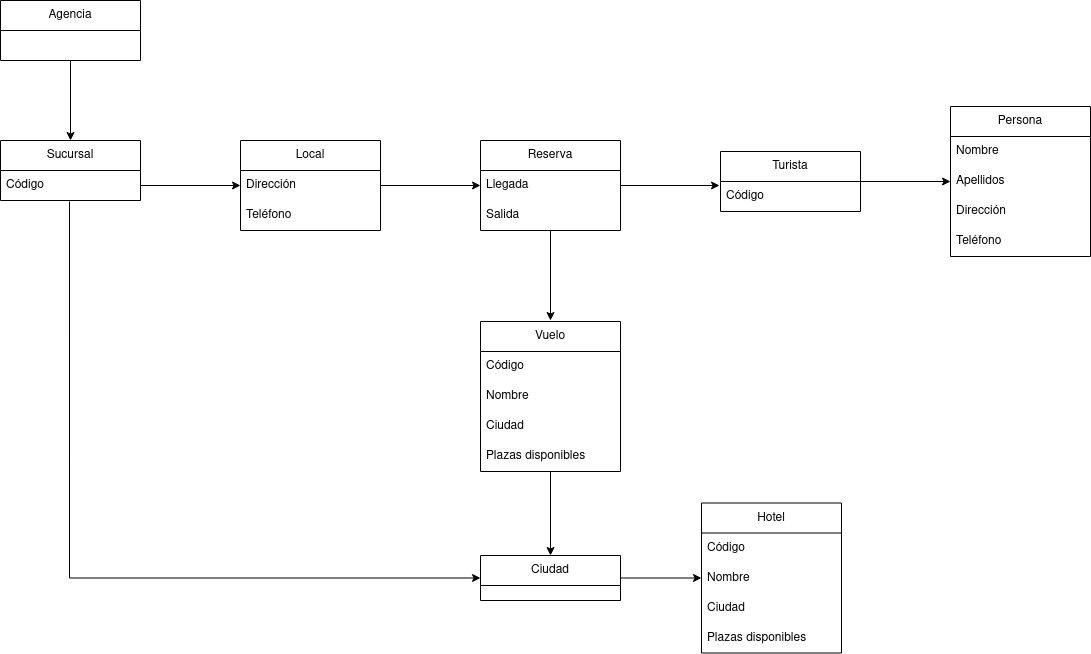
Before: Tema 5. Diagramas de clase/Tarea 2. Agencia viajes/img/AgenciaViajes.drawio.png, a diagram exported from draw.io (colidom/ets). Source tidied: cells renumbered, new cells last; positions are measured from the earlier drawing's top-left corner, leaving out a move shared by most shapes.
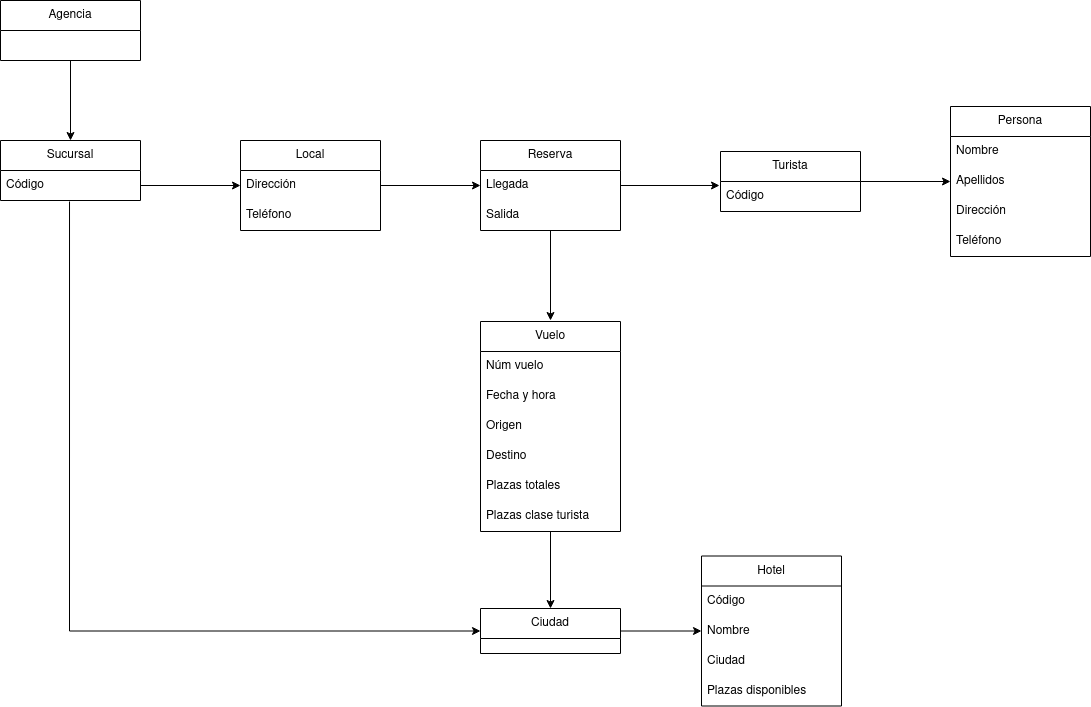
After the change.

The edit, as a diff of the source:
```diff
@@ -59,7 +59,7 @@
       <mxGeometry width="140" height="60" as="geometry" />
     </mxCell>
     <mxCell id="20" value="Hotel" style="swimlane;fontStyle=0;horizontal=1;startSize=30;whiteSpace=wrap;html=1;" parent="1" vertex="1">
-      <mxGeometry x="701" y="502.5" width="140" height="150" as="geometry" />
+      <mxGeometry x="701" y="555.5" width="140" height="150" as="geometry" />
     </mxCell>
     <mxCell id="21" value="Código" style="text;strokeColor=none;fillColor=none;align=left;verticalAlign=middle;spacingLeft=4;spacingRight=4;overflow=hidden;whiteSpace=wrap;html=1;" parent="20" vertex="1">
       <mxGeometry y="30" width="140" height="30" as="geometry" />
@@ -90,29 +90,35 @@
     <mxCell id="29" style="edgeStyle=orthogonalEdgeStyle;rounded=0;jettySize=auto;html=1;entryX=1;entryY=0.5;entryDx=0;entryDy=0;endArrow=none;endFill=0;startArrow=classic;startFill=1;exitX=-0.007;exitY=0.133;exitDx=0;exitDy=0;exitPerimeter=0;" parent="1" edge="1" source="11" target="27">
       <mxGeometry relative="1" as="geometry" />
     </mxCell>
-    <mxCell id="30" style="edgeStyle=orthogonalEdgeStyle;rounded=0;jettySize=auto;html=1;startArrow=none;startFill=0;endArrow=classic;endFill=1;entryX=0.5;entryY=0;entryDx=0;entryDy=0;" parent="1" edge="1" source="31" target="37">
+    <mxCell id="30" style="edgeStyle=orthogonalEdgeStyle;rounded=0;jettySize=auto;html=1;startArrow=none;startFill=0;endArrow=classic;endFill=1;entryX=0.5;entryY=0;entryDx=0;entryDy=0;exitX=0.5;exitY=1;exitDx=0;exitDy=0;" parent="1" edge="1" source="31" target="37">
       <mxGeometry relative="1" as="geometry" />
     </mxCell>
     <mxCell id="31" value="Vuelo" style="swimlane;fontStyle=0;horizontal=1;startSize=30;whiteSpace=wrap;html=1;" parent="1" vertex="1">
-      <mxGeometry x="480" y="321" width="140" height="150" as="geometry" />
+      <mxGeometry x="480" y="321" width="140" height="210" as="geometry" />
     </mxCell>
-    <mxCell id="32" value="Código" style="text;strokeColor=none;fillColor=none;align=left;verticalAlign=middle;spacingLeft=4;spacingRight=4;overflow=hidden;whiteSpace=wrap;html=1;" parent="31" vertex="1">
+    <mxCell id="32" value="Núm vuelo" style="text;strokeColor=none;fillColor=none;align=left;verticalAlign=middle;spacingLeft=4;spacingRight=4;overflow=hidden;whiteSpace=wrap;html=1;" parent="31" vertex="1">
       <mxGeometry y="30" width="140" height="30" as="geometry" />
     </mxCell>
-    <mxCell id="33" value="Nombre" style="text;strokeColor=none;fillColor=none;align=left;verticalAlign=middle;spacingLeft=4;spacingRight=4;overflow=hidden;whiteSpace=wrap;html=1;" parent="31" vertex="1">
+    <mxCell id="33" value="Fecha y hora" style="text;strokeColor=none;fillColor=none;align=left;verticalAlign=middle;spacingLeft=4;spacingRight=4;overflow=hidden;whiteSpace=wrap;html=1;" parent="31" vertex="1">
       <mxGeometry y="60" width="140" height="30" as="geometry" />
     </mxCell>
-    <mxCell id="34" value="Ciudad" style="text;strokeColor=none;fillColor=none;align=left;verticalAlign=middle;spacingLeft=4;spacingRight=4;overflow=hidden;whiteSpace=wrap;html=1;" parent="31" vertex="1">
+    <mxCell id="34" value="Origen" style="text;strokeColor=none;fillColor=none;align=left;verticalAlign=middle;spacingLeft=4;spacingRight=4;overflow=hidden;whiteSpace=wrap;html=1;" parent="31" vertex="1">
       <mxGeometry y="90" width="140" height="30" as="geometry" />
     </mxCell>
-    <mxCell id="35" value="Plazas disponibles" style="text;strokeColor=none;fillColor=none;align=left;verticalAlign=middle;spacingLeft=4;spacingRight=4;overflow=hidden;whiteSpace=wrap;html=1;" parent="31" vertex="1">
+    <mxCell id="35" value="Destino" style="text;strokeColor=none;fillColor=none;align=left;verticalAlign=middle;spacingLeft=4;spacingRight=4;overflow=hidden;whiteSpace=wrap;html=1;" parent="31" vertex="1">
       <mxGeometry y="120" width="140" height="30" as="geometry" />
     </mxCell>
+    <mxCell id="38" value="Plazas totales" style="text;strokeColor=none;fillColor=none;align=left;verticalAlign=middle;spacingLeft=4;spacingRight=4;overflow=hidden;whiteSpace=wrap;html=1;" parent="31" vertex="1">
+      <mxGeometry y="150" width="140" height="30" as="geometry" />
+    </mxCell>
+    <mxCell id="39" value="Plazas clase turista" style="text;strokeColor=none;fillColor=none;align=left;verticalAlign=middle;spacingLeft=4;spacingRight=4;overflow=hidden;whiteSpace=wrap;html=1;" parent="31" vertex="1">
+      <mxGeometry y="180" width="140" height="30" as="geometry" />
+    </mxCell>
     <mxCell id="36" style="edgeStyle=orthogonalEdgeStyle;rounded=0;jettySize=auto;html=1;startArrow=none;startFill=0;endArrow=classic;endFill=1;entryX=0;entryY=0.5;entryDx=0;entryDy=0;" parent="1" edge="1" source="37" target="22">
       <mxGeometry relative="1" as="geometry" />
     </mxCell>
     <mxCell id="37" value="Ciudad" style="swimlane;fontStyle=0;horizontal=1;startSize=30;whiteSpace=wrap;html=1;" parent="1" vertex="1">
-      <mxGeometry x="480" y="555" width="140" height="45" as="geometry" />
+      <mxGeometry x="480" y="608" width="140" height="45" as="geometry" />
     </mxCell>
   </root>
 </mxGraphModel>
```
